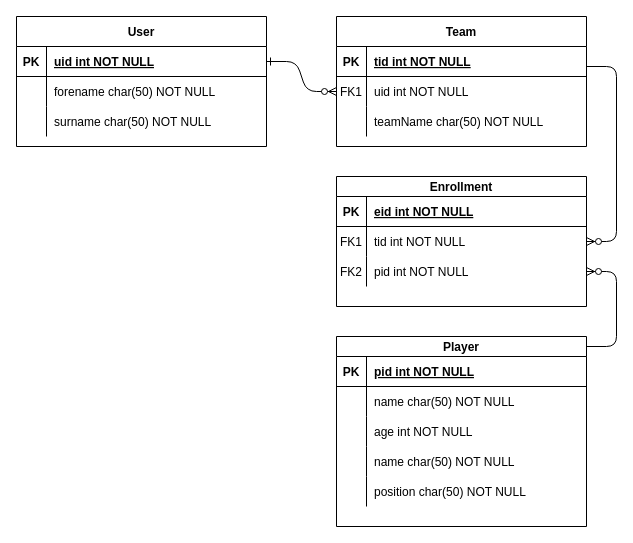
Nathan2820/FundamentalProject keeps this draw.io diagram as ERD.drawio. Above is the earlier version. Source tidied: cells renumbered, new cells numbered last; positions are measured from the earlier drawing's top-left corner, leaving out a move shared by most shapes. Both pictures are drawn from the tidied source at 100%, with x=0, y=0 at pixel (16, 16).
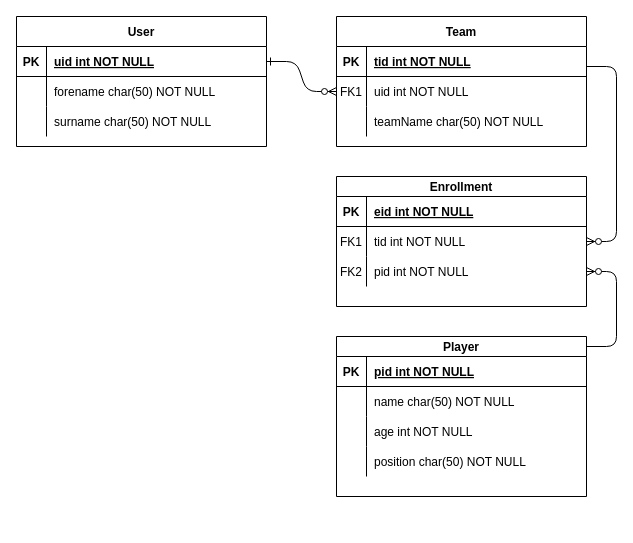
Above is the later version.

The edit, as a diff of the source:
```diff
@@
     <mxCell id="25" value="Player" style="shape=table;startSize=20;childLayout=tableLayout;rowLines=0;fontStyle=1;align=center;" parent="1" vertex="1">
-      <mxGeometry x="320" y="320" width="250" height="190" as="geometry" />
+      <mxGeometry x="320" y="320" width="250" height="160" as="geometry" />
     </mxCell>
@@
-    <mxCell id="35" style="shape=partialRectangle;fillColor=none;top=0;left=0;right=0;bottom=0;" parent="25" vertex="1">
-      <mxGeometry y="110" width="250" height="30" as="geometry" />
-    </mxCell>
-    <mxCell id="36" style="shape=partialRectangle;overflow=hidden;fillColor=none;top=0;left=0;bottom=0;right=0;" parent="35" vertex="1">
-      <mxGeometry width="30" height="30" as="geometry" />
-    </mxCell>
-    <mxCell id="37" value="name char(50) NOT NULL" style="shape=partialRectangle;overflow=hidden;fillColor=none;top=0;left=0;bottom=0;right=0;align=left;spacingLeft=6;" parent="35" vertex="1">
-      <mxGeometry x="30" width="220" height="30" as="geometry" />
-    </mxCell>
     <mxCell id="38" style="shape=partialRectangle;fillColor=none;top=0;left=0;right=0;bottom=0;" parent="25" vertex="1">
-      <mxGeometry y="140" width="250" height="30" as="geometry" />
+      <mxGeometry y="110" width="250" height="30" as="geometry" />
     </mxCell>
```
